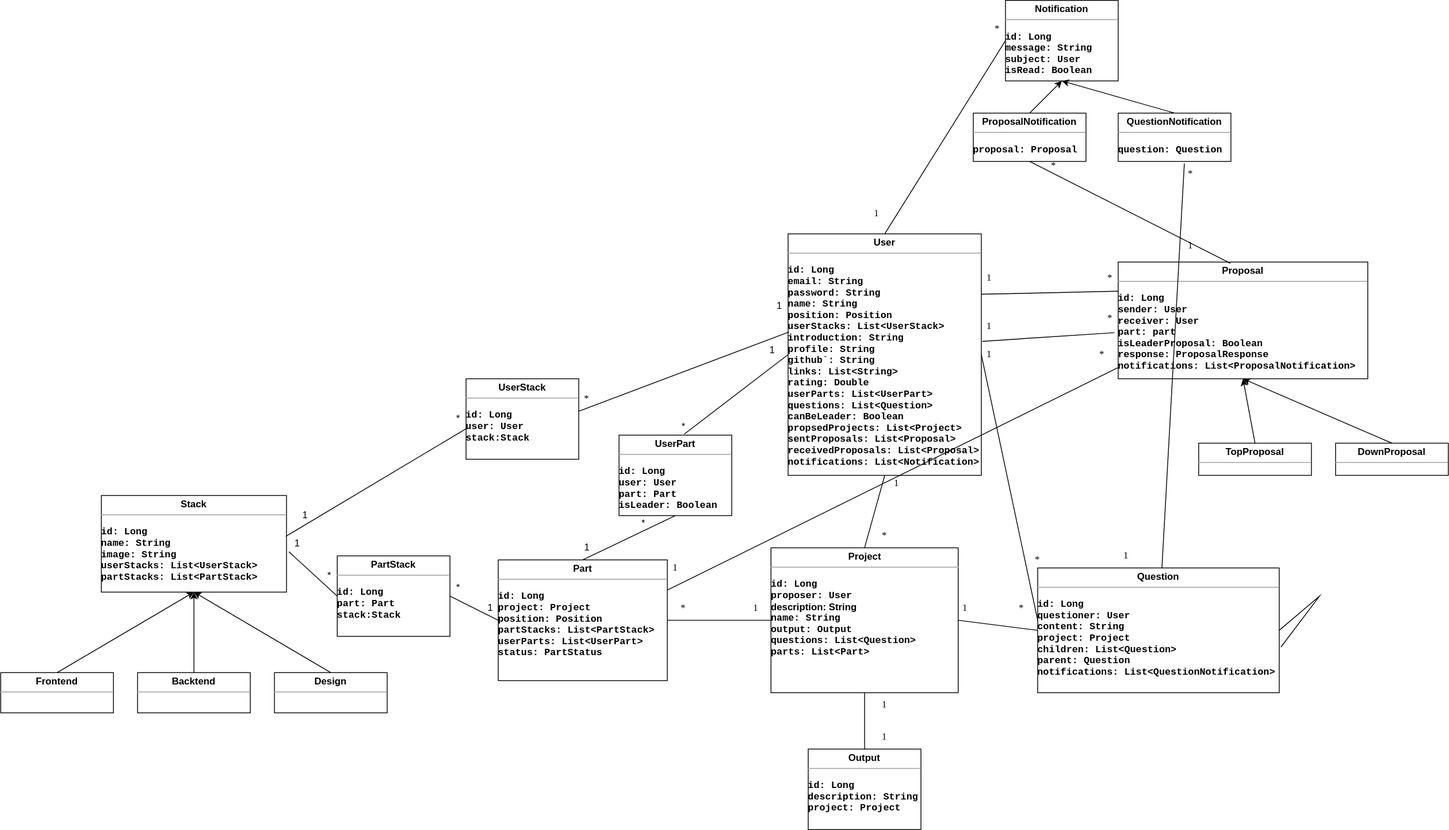
Earlier version of the draw.io export entity_diagram.drawio.svg (zelo0/cruit). Source tidied: cells renumbered, new cells last; positions are measured from the earlier drawing's top-left corner, leaving out a move shared by most shapes.
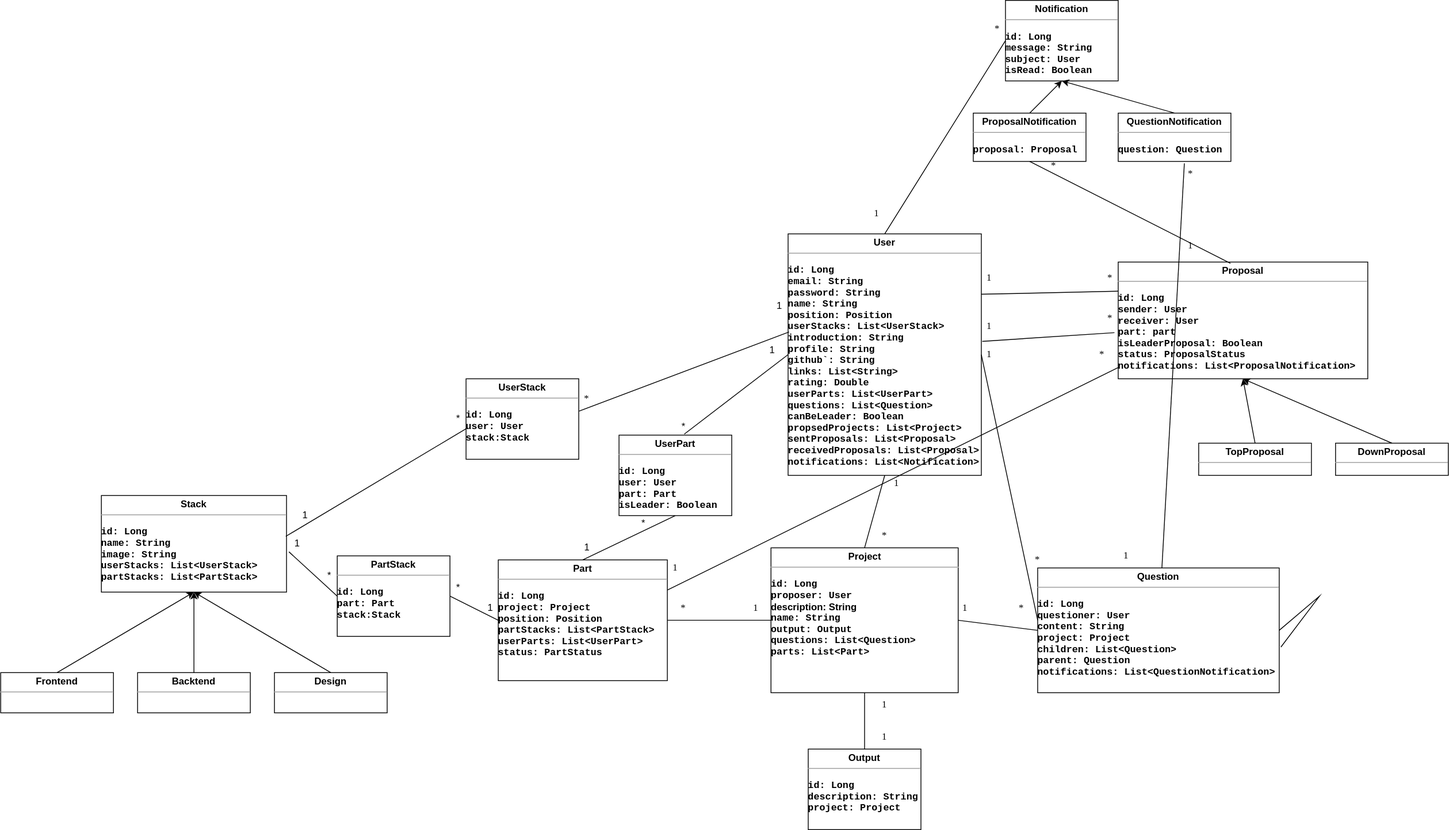
The same diagram one commit later.

Commit message:
proposalResponse -> proposalStatus

What changed in the source:
```diff
@@ -158,7 +158,7 @@
     <mxCell id="51" value="&lt;pre style=&quot;background-color: #2b2b2b ; color: #a9b7c6 ; font-size: 9.8pt&quot;&gt;&lt;br&gt;&lt;/pre&gt;" style="text;whiteSpace=wrap;html=1;" parent="1" vertex="1">
       <mxGeometry x="958" y="590" width="30" height="60" as="geometry" />
     </mxCell>
-    <mxCell id="52" value="&lt;p style=&quot;margin: 0px ; margin-top: 4px ; text-align: center&quot;&gt;&lt;b&gt;Proposal&lt;/b&gt;&lt;/p&gt;&lt;hr size=&quot;1&quot;&gt;&lt;p&gt;&lt;/p&gt;&lt;pre style=&quot;height: 2px ; line-height: 1.5&quot;&gt;&lt;b&gt;id: Long&lt;/b&gt;&lt;/pre&gt;&lt;pre style=&quot;height: 2px ; line-height: 1.5&quot;&gt;&lt;b&gt;sender: User&lt;/b&gt;&lt;/pre&gt;&lt;pre style=&quot;height: 2px ; line-height: 1.5&quot;&gt;&lt;b&gt;receiver: User&lt;/b&gt;&lt;/pre&gt;&lt;pre style=&quot;height: 2px ; line-height: 1.5&quot;&gt;&lt;b&gt;part: part&lt;/b&gt;&lt;/pre&gt;&lt;pre style=&quot;height: 2px ; line-height: 1.5&quot;&gt;&lt;b&gt;isLeaderProposal: Boolean&lt;/b&gt;&lt;/pre&gt;&lt;pre style=&quot;height: 2px ; line-height: 1.5&quot;&gt;&lt;b&gt;response: ProposalResponse&lt;/b&gt;&lt;/pre&gt;&lt;pre style=&quot;height: 2px ; line-height: 1.5&quot;&gt;&lt;b&gt;notifications: List&amp;lt;ProposalNotification&amp;gt; &lt;/b&gt;&lt;/pre&gt;&lt;p&gt;&lt;/p&gt;" style="verticalAlign=top;align=left;overflow=fill;fontSize=12;fontFamily=Helvetica;html=1;" parent="1" vertex="1">
+    <mxCell id="52" value="&lt;p style=&quot;margin: 0px ; margin-top: 4px ; text-align: center&quot;&gt;&lt;b&gt;Proposal&lt;/b&gt;&lt;/p&gt;&lt;hr size=&quot;1&quot;&gt;&lt;p&gt;&lt;/p&gt;&lt;pre style=&quot;height: 2px ; line-height: 1.5&quot;&gt;&lt;b&gt;id: Long&lt;/b&gt;&lt;/pre&gt;&lt;pre style=&quot;height: 2px ; line-height: 1.5&quot;&gt;&lt;b&gt;sender: User&lt;/b&gt;&lt;/pre&gt;&lt;pre style=&quot;height: 2px ; line-height: 1.5&quot;&gt;&lt;b&gt;receiver: User&lt;/b&gt;&lt;/pre&gt;&lt;pre style=&quot;height: 2px ; line-height: 1.5&quot;&gt;&lt;b&gt;part: part&lt;/b&gt;&lt;/pre&gt;&lt;pre style=&quot;height: 2px ; line-height: 1.5&quot;&gt;&lt;b&gt;isLeaderProposal: Boolean&lt;/b&gt;&lt;/pre&gt;&lt;pre style=&quot;height: 2px ; line-height: 1.5&quot;&gt;&lt;b&gt;status: ProposalStatus&lt;/b&gt;&lt;/pre&gt;&lt;pre style=&quot;height: 2px ; line-height: 1.5&quot;&gt;&lt;b&gt;notifications: List&amp;lt;ProposalNotification&amp;gt; &lt;/b&gt;&lt;/pre&gt;&lt;p&gt;&lt;/p&gt;" style="verticalAlign=top;align=left;overflow=fill;fontSize=12;fontFamily=Helvetica;html=1;" parent="1" vertex="1">
       <mxGeometry x="1388" y="325" width="310" height="145" as="geometry" />
     </mxCell>
     <mxCell id="53" style="endArrow=none;html=1;rounded=0;entryX=-0.015;entryY=0.605;entryDx=0;entryDy=0;entryPerimeter=0;exitX=1.005;exitY=0.445;exitDx=0;exitDy=0;exitPerimeter=0;" parent="1" edge="1" source="2" target="52">
```
